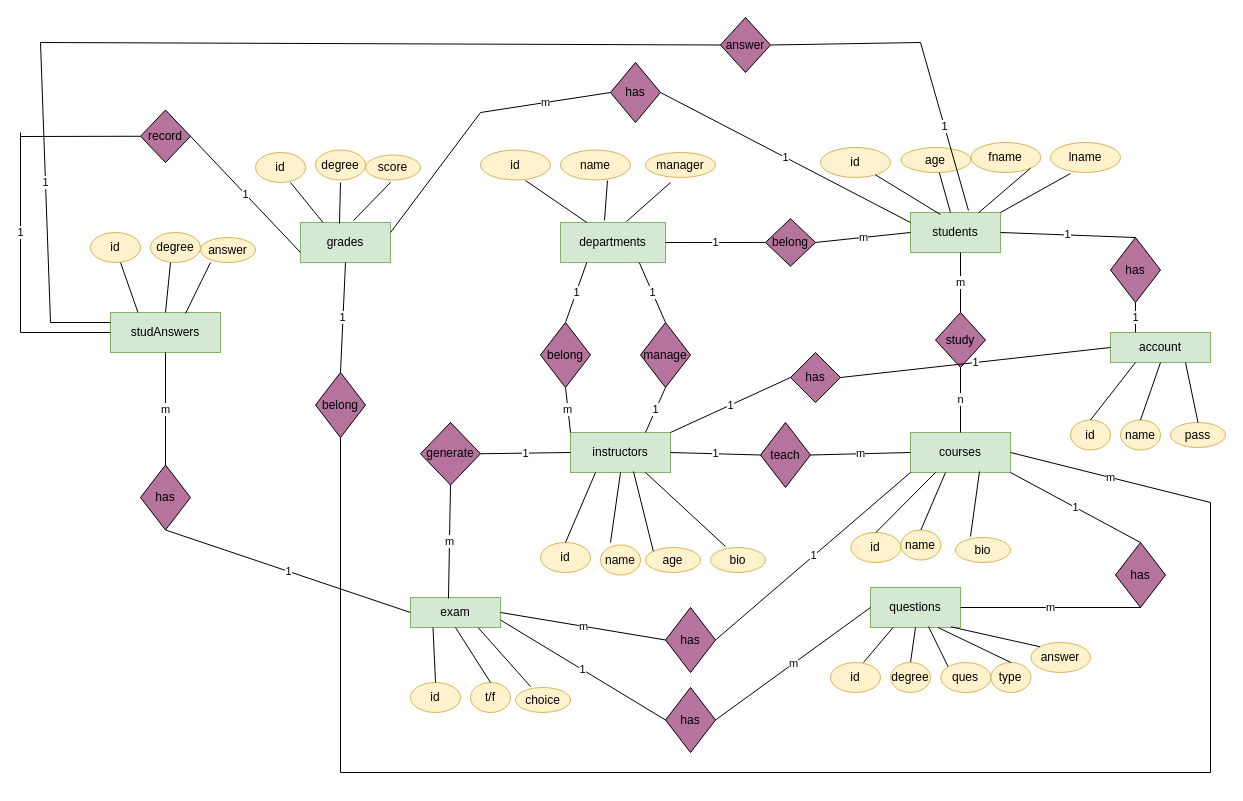
This is SQL.drawio from Elham595/automatic-rotary-phone, a draw.io file, before an edit. Source tidied: cells renumbered, new cells numbered last; positions are measured from the earlier drawing's top-left corner, leaving out a move shared by most shapes. Both pictures are drawn from the tidied source at 100%, with x=0, y=0 at pixel (20, 17).
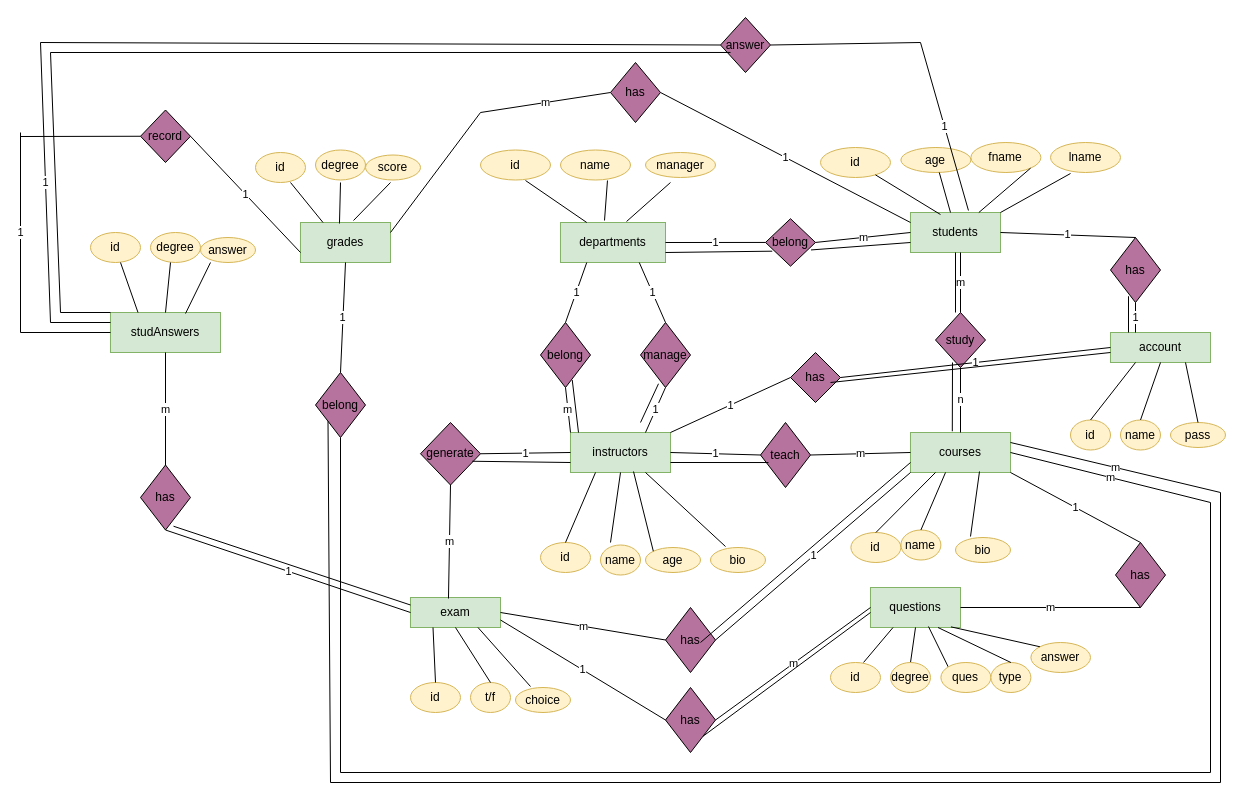
After the change.

The change refers to these unchanged cells:
```xml
<mxCell id="2" value="students" style="rounded=0;whiteSpace=wrap;html=1;fillColor=#d5e8d4;strokeColor=#82b366;" parent="1" vertex="1">
  <mxGeometry x="890" y="195" width="90" height="40" as="geometry" />
</mxCell>
<mxCell id="3" value="departments" style="rounded=0;whiteSpace=wrap;html=1;fillColor=#d5e8d4;strokeColor=#82b366;" parent="1" vertex="1">
  <mxGeometry x="540" y="205" width="105" height="40" as="geometry" />
</mxCell>
<mxCell id="4" value="courses" style="rounded=0;whiteSpace=wrap;html=1;fillColor=#d5e8d4;strokeColor=#82b366;" parent="1" vertex="1">
  <mxGeometry x="890" y="415" width="100" height="40" as="geometry" />
</mxCell>
<mxCell id="5" value="instructors" style="rounded=0;whiteSpace=wrap;html=1;fillColor=#d5e8d4;strokeColor=#82b366;" parent="1" vertex="1">
  <mxGeometry x="550" y="415" width="100" height="40" as="geometry" />
</mxCell>
<mxCell id="8" value="exam" style="rounded=0;whiteSpace=wrap;html=1;fillColor=#d5e8d4;strokeColor=#82b366;" parent="1" vertex="1">
  <mxGeometry x="390" y="580" width="90" height="30" as="geometry" />
</mxCell>
<mxCell id="72" value="teach" style="rhombus;whiteSpace=wrap;html=1;fillColor=#B5739D;" parent="1" vertex="1">
  <mxGeometry x="740" y="405" width="50" height="65" as="geometry" />
</mxCell>
<mxCell id="73" value="belong" style="rhombus;whiteSpace=wrap;html=1;fillColor=#B5739D;" parent="1" vertex="1">
  <mxGeometry x="520" y="305" width="50" height="65" as="geometry" />
</mxCell>
<mxCell id="74" value="belong" style="rhombus;whiteSpace=wrap;html=1;fillColor=#B5739D;" parent="1" vertex="1">
  <mxGeometry x="745" y="201.2" width="50" height="47.5" as="geometry" />
</mxCell>
<mxCell id="75" value="has" style="rhombus;whiteSpace=wrap;html=1;fillColor=#B5739D;" parent="1" vertex="1">
  <mxGeometry x="1090" y="220" width="50" height="65" as="geometry" />
</mxCell>
<mxCell id="76" value="has" style="rhombus;whiteSpace=wrap;html=1;fillColor=#B5739D;" parent="1" vertex="1">
  <mxGeometry x="645" y="670" width="50" height="65" as="geometry" />
</mxCell>
<mxCell id="77" value="has" style="rhombus;whiteSpace=wrap;html=1;fillColor=#B5739D;" parent="1" vertex="1">
  <mxGeometry x="645" y="590" width="50" height="65" as="geometry" />
</mxCell>
<mxCell id="99" value="manage" style="rhombus;whiteSpace=wrap;html=1;fillColor=#B5739D;" parent="1" vertex="1">
  <mxGeometry x="620" y="305" width="50" height="65" as="geometry" />
</mxCell>
<mxCell id="100" value="generate" style="rhombus;whiteSpace=wrap;html=1;fillColor=#B5739D;" parent="1" vertex="1">
  <mxGeometry x="400" y="405" width="60" height="62.5" as="geometry" />
</mxCell>
<mxCell id="102" value="answer" style="rhombus;whiteSpace=wrap;html=1;fillColor=#B5739D;" parent="1" vertex="1">
  <mxGeometry x="700" width="50" height="55" as="geometry" />
</mxCell>
<mxCell id="110" value="has" style="rhombus;whiteSpace=wrap;html=1;fillColor=#B5739D;" parent="1" vertex="1">
  <mxGeometry x="120" y="447.5" width="50" height="65" as="geometry" />
</mxCell>
<mxCell id="111" value="belong" style="rhombus;whiteSpace=wrap;html=1;fillColor=#B5739D;" parent="1" vertex="1">
  <mxGeometry x="295" y="355" width="50" height="65" as="geometry" />
</mxCell>
```

Change to the diagram source:
```diff
@@
+    <mxCell id="130" style="endArrow=none;html=1;rounded=0;exitX=0.2;exitY=0.636;exitDx=0;exitDy=0;exitPerimeter=0;" parent="1" edge="1" source="102">
+      <mxGeometry relative="1" as="geometry">
+        <mxPoint x="30" y="35" as="targetPoint" />
+      </mxGeometry>
+    </mxCell>
+    <mxCell id="131" style="endArrow=none;html=1;rounded=0;exitX=0.91;exitY=0.658;exitDx=0;exitDy=0;exitPerimeter=0;entryX=0;entryY=0.75;entryDx=0;entryDy=0;" parent="1" edge="1" source="74" target="2">
+      <mxGeometry relative="1" as="geometry" />
+    </mxCell>
+    <mxCell id="132" style="endArrow=none;html=1;rounded=0;entryX=0;entryY=0.75;entryDx=0;entryDy=0;exitX=0.863;exitY=0.62;exitDx=0;exitDy=0;exitPerimeter=0;" parent="1" edge="1" source="100" target="5">
+      <mxGeometry relative="1" as="geometry" />
+    </mxCell>
+    <mxCell id="133" style="endArrow=none;html=1;rounded=0;" parent="1" edge="1">
+      <mxGeometry relative="1" as="geometry">
+        <mxPoint x="30" y="35" as="sourcePoint" />
+        <mxPoint x="40" y="295" as="targetPoint" />
+      </mxGeometry>
+    </mxCell>
+    <mxCell id="134" style="endArrow=none;html=1;rounded=0;entryX=0;entryY=0.25;entryDx=0;entryDy=0;exitX=0.66;exitY=0.942;exitDx=0;exitDy=0;exitPerimeter=0;" parent="1" edge="1" source="110" target="8">
+      <mxGeometry relative="1" as="geometry" />
+    </mxCell>
+    <mxCell id="135" style="endArrow=none;html=1;rounded=0;entryX=0.16;entryY=0.616;entryDx=0;entryDy=0;entryPerimeter=0;" parent="1" edge="1" target="72">
+      <mxGeometry relative="1" as="geometry">
+        <mxPoint x="650" y="445" as="sourcePoint" />
+      </mxGeometry>
+    </mxCell>
+    <mxCell id="136" style="endArrow=none;html=1;rounded=0;entryX=0.36;entryY=0.904;entryDx=0;entryDy=0;entryPerimeter=0;" parent="1" edge="1" target="75">
+      <mxGeometry relative="1" as="geometry">
+        <mxPoint x="1108" y="315" as="sourcePoint" />
+      </mxGeometry>
+    </mxCell>
+    <mxCell id="137" style="endArrow=none;html=1;rounded=0;" parent="1" edge="1">
+      <mxGeometry relative="1" as="geometry">
+        <mxPoint x="810" y="365" as="sourcePoint" />
+        <mxPoint x="1090" y="335" as="targetPoint" />
+      </mxGeometry>
+    </mxCell>
+    <mxCell id="138" style="endArrow=none;html=1;rounded=0;entryX=0;entryY=0.75;entryDx=0;entryDy=0;exitX=0.7;exitY=0.538;exitDx=0;exitDy=0;exitPerimeter=0;" parent="1" edge="1" source="77" target="4">
+      <mxGeometry relative="1" as="geometry" />
+    </mxCell>
+    <mxCell id="139" style="endArrow=none;html=1;rounded=0;exitX=0.418;exitY=-0.031;exitDx=0;exitDy=0;exitPerimeter=0;" parent="1" edge="1" source="4">
+      <mxGeometry relative="1" as="geometry">
+        <mxPoint x="932" y="345" as="targetPoint" />
+      </mxGeometry>
+    </mxCell>
+    <mxCell id="140" style="endArrow=none;html=1;rounded=0;entryX=0.5;entryY=1;entryDx=0;entryDy=0;" parent="1" edge="1" target="2">
+      <mxGeometry relative="1" as="geometry">
+        <mxPoint x="935" y="295" as="sourcePoint" />
+      </mxGeometry>
+    </mxCell>
+    <mxCell id="141" style="endArrow=none;html=1;rounded=0;entryX=0.635;entryY=0.885;entryDx=0;entryDy=0;entryPerimeter=0;exitX=0.08;exitY=0;exitDx=0;exitDy=0;exitPerimeter=0;" parent="1" edge="1" source="5" target="73">
+      <mxGeometry relative="1" as="geometry" />
+    </mxCell>
+    <mxCell id="142" style="endArrow=none;html=1;rounded=0;entryX=0.36;entryY=0.942;entryDx=0;entryDy=0;entryPerimeter=0;" parent="1" edge="1" target="99">
+      <mxGeometry relative="1" as="geometry">
+        <mxPoint x="620" y="405" as="sourcePoint" />
+      </mxGeometry>
+    </mxCell>
+    <mxCell id="143" style="endArrow=none;html=1;rounded=0;exitX=1;exitY=0.75;exitDx=0;exitDy=0;entryX=0.135;entryY=0.684;entryDx=0;entryDy=0;entryPerimeter=0;" parent="1" edge="1" source="3" target="74">
+      <mxGeometry relative="1" as="geometry" />
+    </mxCell>
+    <mxCell id="144" style="endArrow=none;html=1;rounded=0;" parent="1" edge="1">
+      <mxGeometry relative="1" as="geometry">
+        <mxPoint x="310" y="765" as="sourcePoint" />
+        <mxPoint x="1200" y="765" as="targetPoint" />
+      </mxGeometry>
+    </mxCell>
+    <mxCell id="145" style="endArrow=none;html=1;rounded=0;entryX=0;entryY=1;entryDx=0;entryDy=0;" parent="1" edge="1" target="111">
+      <mxGeometry relative="1" as="geometry">
+        <mxPoint x="310" y="765" as="sourcePoint" />
+      </mxGeometry>
+    </mxCell>
+    <mxCell id="146" style="endArrow=none;html=1;rounded=0;" parent="1" edge="1">
+      <mxGeometry relative="1" as="geometry">
+        <mxPoint x="1200" y="765" as="sourcePoint" />
+        <mxPoint x="1200" y="475" as="targetPoint" />
+      </mxGeometry>
+    </mxCell>
+    <mxCell id="147" value="m" style="endArrow=none;html=1;rounded=0;entryX=1;entryY=0.25;entryDx=0;entryDy=0;" parent="1" edge="1" target="4">
+      <mxGeometry relative="1" as="geometry">
+        <mxPoint x="1200" y="475" as="sourcePoint" />
+      </mxGeometry>
+    </mxCell>
+    <mxCell id="148" style="endArrow=none;html=1;rounded=0;" parent="1" edge="1">
+      <mxGeometry relative="1" as="geometry">
+        <mxPoint x="90" y="295" as="sourcePoint" />
+        <mxPoint x="40" y="295" as="targetPoint" />
+      </mxGeometry>
+    </mxCell>
+    <mxCell id="149" style="endArrow=none;html=1;rounded=0;exitX=1;exitY=1;exitDx=0;exitDy=0;" parent="1" edge="1" source="76">
+      <mxGeometry relative="1" as="geometry">
+        <mxPoint x="850" y="595" as="targetPoint" />
+      </mxGeometry>
+    </mxCell>
```
